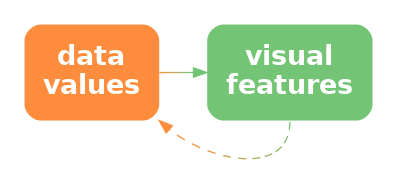
pmur002/hdvw keeps this Graphviz diagram as Diagrams/data-vis-decode.png. Above is the earlier version. Its source is kept beside it as Diagrams/data-vis-decode.dot.
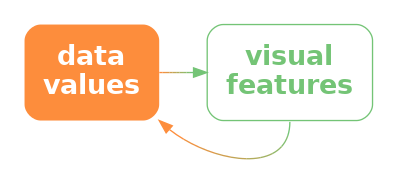
The same file after the commit.

The edit, as a diff of the source:
```diff
@@ -3,7 +3,7 @@
   node [ fontsize=20; fontname="sans bold"; margin=.2 ];
   data [ label="data\nvalues"; shape=box; style="filled, rounded"; penwidth=0; fontcolor=white; fillcolor="#FD8D3C" ]
   vis [ label="visual\nfeatures"; shape=box;
-     style="filled, rounded"; penwidth=0; fontcolor=white; fillcolor="#74C476" ]
-  data -> vis [ color="#FD8D3C;0.1:#EE9342;0.1:#DF9949;0.1:#CF9F4F;0.1:#C0A556;0.1:#B1AC5C;0.1:#A2B263;0.1:#92B869;0.1:#83BE70;0.1:#74C476;0.1" ]
-  vis:s -> data:se [ style="dashed", color="#74C476;0.1:#83BE70;0.1:#92B869;0.1:#A2B263;0.1:#B1AC5C;0.1:#C0A556;0.1:#CF9F4F;0.1:#DF9949;0.1:#EE9342;0.1:#FD8D3C;0.1" ]
+     style="rounded"; color="#74C476"; fontcolor="#74C476" ]
+  data -> vis [ style="bold"; penwidth=1; color="#FD8D3C;0.1:#EE9342;0.1:#DF9949;0.1:#CF9F4F;0.1:#C0A556;0.1:#B1AC5C;0.1:#A2B263;0.1:#92B869;0.1:#83BE70;0.1:#74C476;0.1" ]
+  vis:s -> data:se [ style="solid", color="#74C476;0.1:#83BE70;0.1:#92B869;0.1:#A2B263;0.1:#B1AC5C;0.1:#C0A556;0.1:#CF9F4F;0.1:#DF9949;0.1:#EE9342;0.1:#FD8D3C;0.1" ]
 }
```
